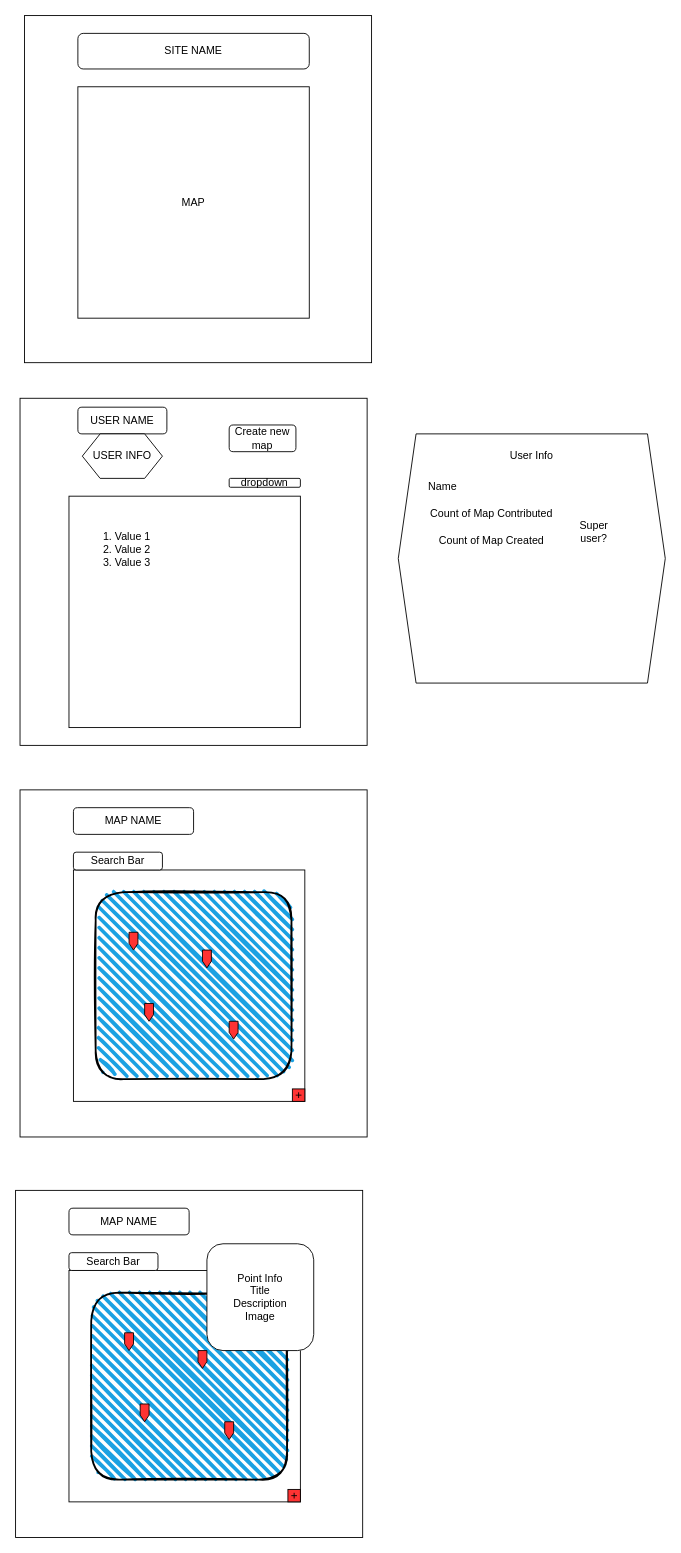
Earlier version of the draw.io diagram planning/wireframe.drawio (StewartMck/mapit). Source tidied: cells renumbered, new cells numbered last; positions are measured from the earlier drawing's top-left corner, leaving out a move shared by most shapes. Both pictures are drawn from the tidied source at 89%, with x=0, y=0 at pixel (15, 15).
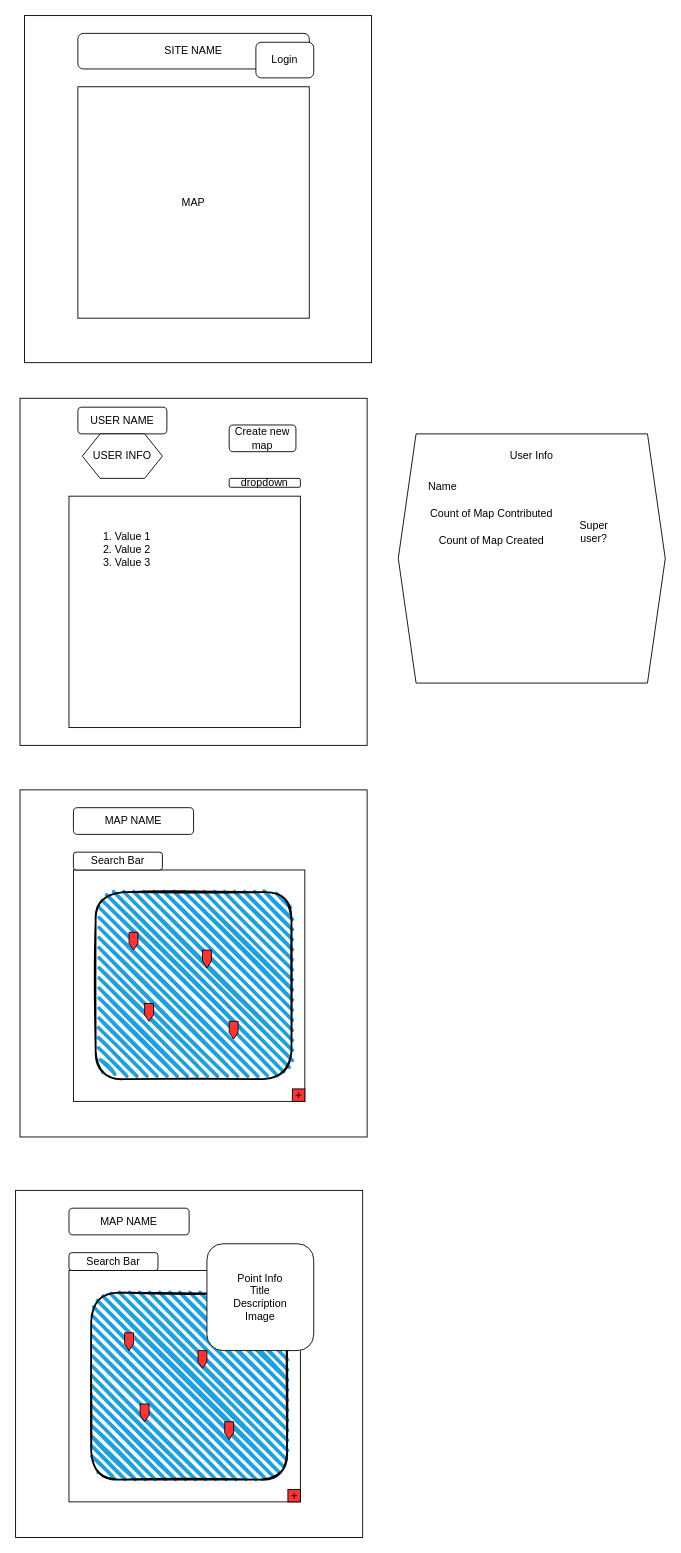
The same page after the edit.

Change to the diagram source:
```diff
@@
+    <mxCell id="39" value="Login" style="rounded=1;whiteSpace=wrap;html=1;" parent="1" vertex="1">
+      <mxGeometry x="270" y="30" width="65" height="40" as="geometry" />
+    </mxCell>
```
